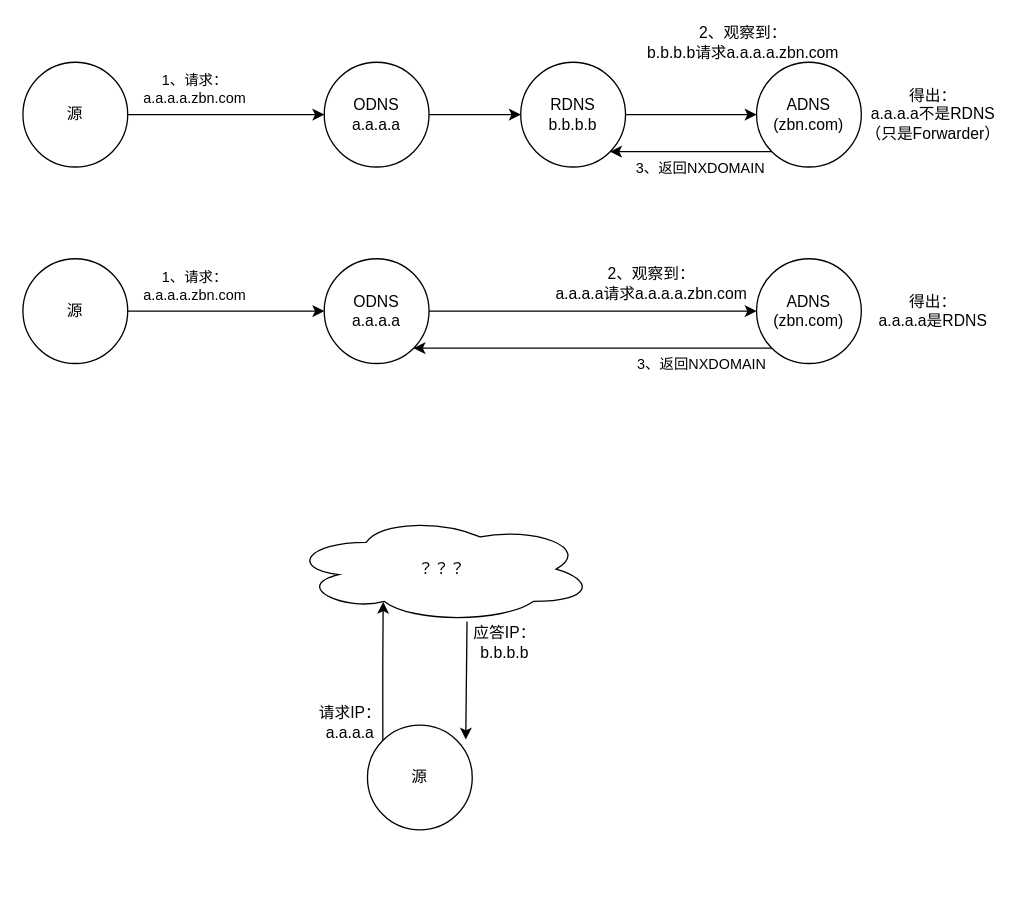
Earlier version of the draw.io diagram demo/李秉睿原版.drawio (BoningZ/draw.io). Source tidied: cells renumbered, new cells numbered last; positions are measured from the earlier drawing's top-left corner, leaving out a move shared by most shapes. Both pictures are drawn from the tidied source at 131%, with x=0, y=0 at pixel (22, 22).
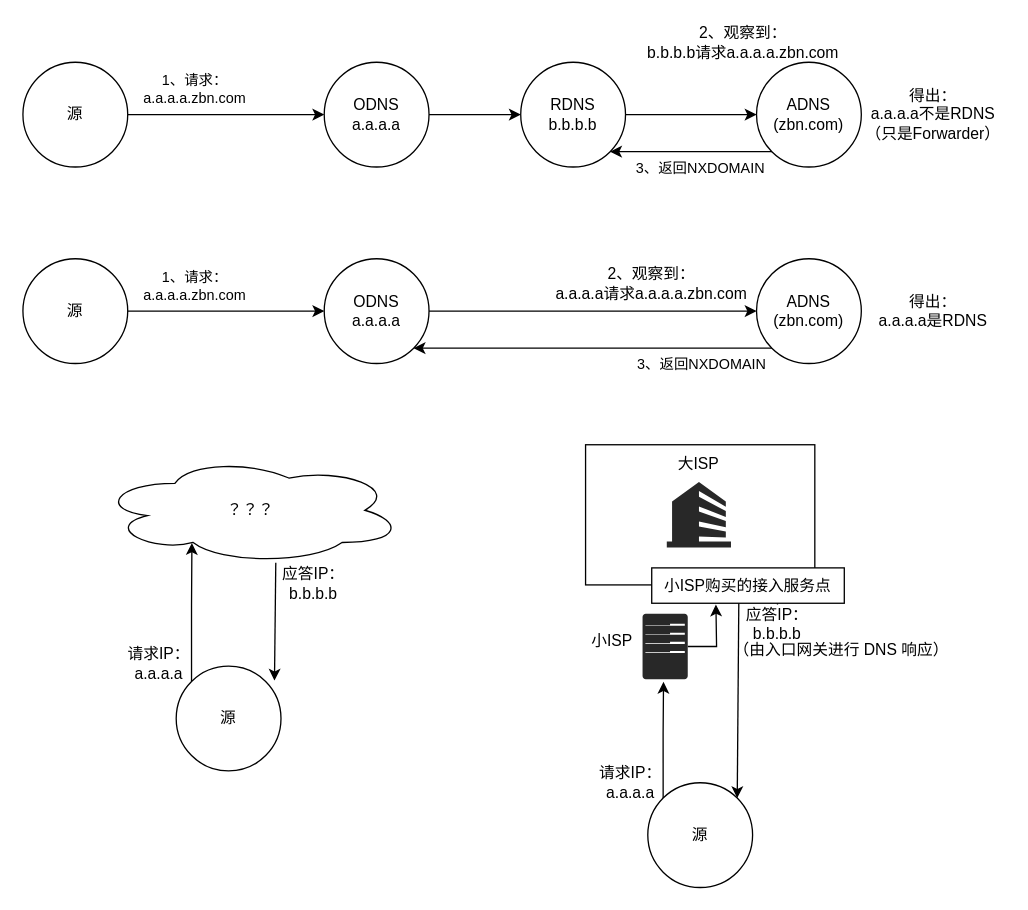
The same diagram, later.

Commit message (it also covers changes not shown here):
更新李秉睿原版.drawio

Diff of the diagram source:
```diff
@@
     <mxCell id="24" style="edgeStyle=orthogonalEdgeStyle;rounded=0;jettySize=auto;html=1;exitX=0;exitY=0;exitDx=0;exitDy=0;" parent="1" edge="1" source="25">
       <mxGeometry relative="1" as="geometry">
-        <mxPoint x="275" y="442" as="targetPoint" />
+        <mxPoint x="129" y="397" as="targetPoint" />
       </mxGeometry>
     </mxCell>
     <mxCell id="25" value="源" style="ellipse;whiteSpace=wrap;html=1;" parent="1" vertex="1">
-      <mxGeometry x="263" y="536" width="80" height="80" as="geometry" />
+      <mxGeometry x="117" y="491" width="80" height="80" as="geometry" />
     </mxCell>
     <mxCell id="26" value="？？？" style="ellipse;shape=cloud;whiteSpace=wrap;html=1;" parent="1" vertex="1">
-      <mxGeometry x="204" y="376" width="232" height="82" as="geometry" />
+      <mxGeometry x="58" y="331" width="232" height="82" as="geometry" />
     </mxCell>
     <mxCell id="27" value="请求IP：&lt;br&gt;a.a.a.a" style="text;html=1;strokeColor=none;fillColor=none;align=center;verticalAlign=middle;whiteSpace=wrap;rounded=0;" parent="1" vertex="1">
-      <mxGeometry x="220" y="519" width="60" height="30" as="geometry" />
+      <mxGeometry x="74" y="474" width="60" height="30" as="geometry" />
     </mxCell>
@@
     <mxCell id="29" value="应答IP：&lt;br&gt;b.b.b.b" style="text;html=1;strokeColor=none;fillColor=none;align=center;verticalAlign=middle;whiteSpace=wrap;rounded=0;" parent="1" vertex="1">
-      <mxGeometry x="338" y="458" width="60" height="30" as="geometry" />
+      <mxGeometry x="192" y="413" width="60" height="30" as="geometry" />
     </mxCell>
+    <mxCell id="30" style="edgeStyle=orthogonalEdgeStyle;rounded=0;jettySize=auto;html=1;exitX=0;exitY=0;exitDx=0;exitDy=0;" parent="1" edge="1" source="31">
+      <mxGeometry relative="1" as="geometry">
+        <mxPoint x="489" y="503" as="targetPoint" />
+      </mxGeometry>
+    </mxCell>
+    <mxCell id="31" value="源" style="ellipse;whiteSpace=wrap;html=1;" parent="1" vertex="1">
+      <mxGeometry x="477" y="580" width="80" height="80" as="geometry" />
+    </mxCell>
+    <mxCell id="32" value="请求IP：&lt;br&gt;a.a.a.a" style="text;html=1;strokeColor=none;fillColor=none;align=center;verticalAlign=middle;whiteSpace=wrap;rounded=0;" parent="1" vertex="1">
+      <mxGeometry x="434" y="565" width="60" height="30" as="geometry" />
+    </mxCell>
+    <mxCell id="33" style="endArrow=classic;html=1;rounded=0;entryX=1;entryY=0;entryDx=0;entryDy=0;exitX=0.669;exitY=1;exitDx=0;exitDy=0;exitPerimeter=0;" parent="1" edge="1" source="39" target="31">
+      <mxGeometry relative="1" as="geometry" />
+    </mxCell>
+    <mxCell id="34" style="edgeStyle=orthogonalEdgeStyle;rounded=0;jettySize=auto;html=1;" parent="1" edge="1" source="35" target="42">
+      <mxGeometry relative="1" as="geometry" />
+    </mxCell>
+    <mxCell id="35" value="应答IP：&lt;br&gt;b.b.b.b" style="text;html=1;strokeColor=none;fillColor=none;align=center;verticalAlign=middle;whiteSpace=wrap;rounded=0;" parent="1" vertex="1">
+      <mxGeometry x="546" y="444" width="60" height="30" as="geometry" />
+    </mxCell>
+    <mxCell id="36" style="edgeStyle=orthogonalEdgeStyle;rounded=0;jettySize=auto;html=1;" parent="1" edge="1" source="37">
+      <mxGeometry relative="1" as="geometry">
+        <mxPoint x="529" y="444" as="targetPoint" />
+      </mxGeometry>
+    </mxCell>
+    <mxCell id="37" style="verticalLabelPosition=bottom;sketch=0;html=1;fillColor=#282828;strokeColor=none;verticalAlign=top;align=center;shape=mxgraph.cisco_safe.technology_icons.icon7;" parent="1" vertex="1">
+      <mxGeometry x="473" y="451" width="34.5" height="50" as="geometry" />
+    </mxCell>
+    <mxCell id="38" value="小ISP" style="text;html=1;strokeColor=none;fillColor=none;align=center;verticalAlign=middle;whiteSpace=wrap;rounded=0;" parent="1" vertex="1">
+      <mxGeometry x="420" y="457" width="60" height="30" as="geometry" />
+    </mxCell>
+    <mxCell id="39" style="rounded=0;whiteSpace=wrap;html=1;" parent="1" vertex="1">
+      <mxGeometry x="429.5" y="322" width="175" height="107" as="geometry" />
+    </mxCell>
+    <mxCell id="40" style="verticalLabelPosition=bottom;sketch=0;html=1;fillColor=#282828;strokeColor=none;verticalAlign=top;align=center;shape=mxgraph.cisco_safe.people_places_things_icons.icon7;" parent="1" vertex="1">
+      <mxGeometry x="491.5" y="350.5" width="49" height="50" as="geometry" />
+    </mxCell>
+    <mxCell id="41" value="大ISP" style="text;html=1;strokeColor=none;fillColor=none;align=center;verticalAlign=middle;whiteSpace=wrap;rounded=0;" parent="1" vertex="1">
+      <mxGeometry x="486" y="322" width="60" height="30" as="geometry" />
+    </mxCell>
+    <mxCell id="42" value="小ISP购买的接入服务点" style="rounded=0;whiteSpace=wrap;html=1;" parent="1" vertex="1">
+      <mxGeometry x="480" y="416" width="147" height="27" as="geometry" />
+    </mxCell>
+    <mxCell id="43" value="（由入口网关进行 DNS 响应）" style="text;whiteSpace=wrap;html=1;" parent="1" vertex="1">
+      <mxGeometry x="540.5" y="465" width="168" height="36" as="geometry" />
+    </mxCell>
```
